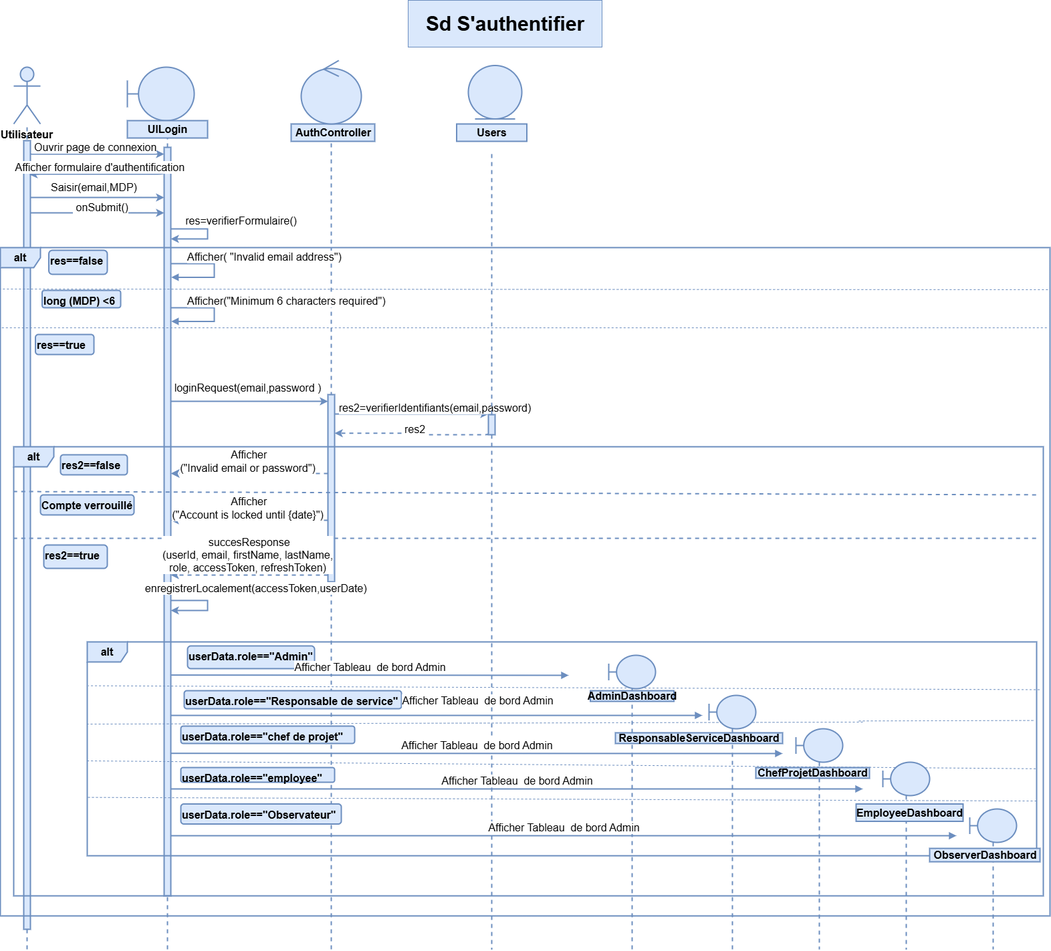
omarhabib5/PFEProject keeps this draw.io diagram as aide/authentication.png. Above is the earlier version. Source tidied: cells renumbered, new cells last; positions are measured from the earlier drawing's top-left corner, leaving out a move shared by most shapes.
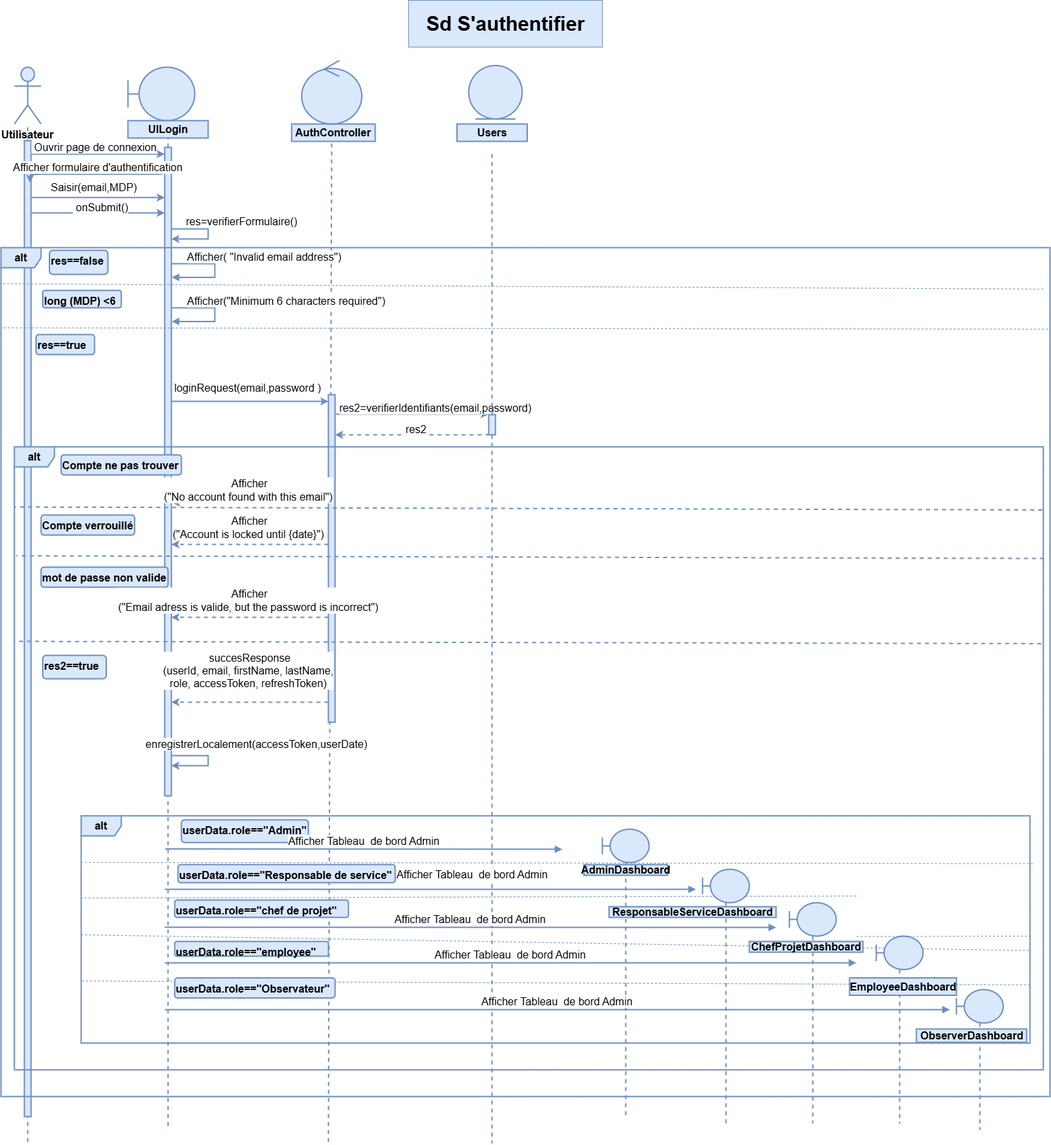
The same file after the commit.

The edit, as a diff of the source:
```diff
@@ -10,3 +10,3 @@
         <mxPoint x="40" y="190" as="sourcePoint" />
-        <mxPoint x="40" y="1420" as="targetPoint" />
+        <mxPoint x="40" y="1710" as="targetPoint" />
       </mxGeometry>
@@ -14,3 +14,3 @@
     <mxCell id="4" style="fillColor=#dae8fc;strokeColor=#6c8ebf;strokeWidth=2;fontSize=16;" parent="1" vertex="1">
-      <mxGeometry x="35" y="210" width="10" height="1180" as="geometry" />
+      <mxGeometry x="35" y="210" width="10" height="1460" as="geometry" />
     </mxCell>
@@ -19,3 +19,3 @@
         <mxPoint x="250" y="190" as="sourcePoint" />
-        <mxPoint x="250" y="1420" as="targetPoint" />
+        <mxPoint x="250" y="1690" as="targetPoint" />
       </mxGeometry>
@@ -23,3 +23,3 @@
     <mxCell id="6" style="fillColor=#dae8fc;strokeColor=#6c8ebf;strokeWidth=2;fontSize=16;" parent="1" vertex="1">
-      <mxGeometry x="245" y="220" width="10" height="1120" as="geometry" />
+      <mxGeometry x="245" y="220" width="10" height="970" as="geometry" />
     </mxCell>
@@ -28,3 +28,3 @@
         <mxPoint x="495" y="190" as="sourcePoint" />
-        <mxPoint x="495" y="1420" as="targetPoint" />
+        <mxPoint x="490" y="1710" as="targetPoint" />
       </mxGeometry>
@@ -32,3 +32,3 @@
     <mxCell id="8" style="fillColor=#dae8fc;strokeColor=#6c8ebf;strokeWidth=2;fontSize=16;" parent="1" vertex="1">
-      <mxGeometry x="490" y="590" width="10" height="280" as="geometry" />
+      <mxGeometry x="490" y="590" width="10" height="490" as="geometry" />
     </mxCell>
@@ -36,3 +36,3 @@
       <mxGeometry relative="1" as="geometry">
-        <mxPoint x="735" y="1420" as="targetPoint" />
+        <mxPoint x="735" y="1710" as="targetPoint" />
       </mxGeometry>
@@ -78,3 +78,3 @@
     <mxCell id="15" value="alt" style="shape=umlFrame;whiteSpace=wrap;html=1;fillColor=#dae8fc;strokeColor=#6c8ebf;fontSize=16;fontStyle=1;strokeWidth=2;" parent="1" vertex="1">
-      <mxGeometry y="370" width="1570" height="1000" as="geometry" />
+      <mxGeometry y="370" width="1570" height="1270" as="geometry" />
     </mxCell>
@@ -83,5 +83,6 @@
     </mxCell>
-    <mxCell id="17" style="html=1;endArrow=none;dashed=1;strokeColor=#6c8ebf;exitX=0.998;exitY=0.063;exitDx=0;exitDy=0;exitPerimeter=0;fillColor=#dae8fc;strokeWidth=1;fontSize=16;" parent="1" edge="1" source="15">
+    <mxCell id="17" style="html=1;endArrow=none;dashed=1;strokeColor=#6c8ebf;fillColor=#dae8fc;strokeWidth=1;fontSize=16;" parent="1" edge="1">
       <mxGeometry relative="1" as="geometry">
-        <mxPoint y="432" as="targetPoint" />
+        <mxPoint x="1560" y="432" as="sourcePoint" />
+        <mxPoint y="424" as="targetPoint" />
       </mxGeometry>
@@ -91,3 +92,3 @@
     </mxCell>
-    <mxCell id="19" style="html=1;endArrow=none;dashed=1;strokeColor=#6c8ebf;exitX=0.997;exitY=0.12;exitDx=0;exitDy=0;exitPerimeter=0;fillColor=#dae8fc;strokeWidth=1;fontSize=16;" parent="1" edge="1" source="15">
+    <mxCell id="19" style="html=1;endArrow=none;dashed=1;strokeColor=#6c8ebf;exitX=0.998;exitY=0.096;exitDx=0;exitDy=0;exitPerimeter=0;fillColor=#dae8fc;strokeWidth=1;fontSize=16;" parent="1" edge="1" source="15">
       <mxGeometry relative="1" as="geometry">
@@ -111,8 +112,9 @@
     </mxCell>
-    <mxCell id="23" value="&lt;font&gt;res2&lt;/font&gt;" style="edgeStyle=orthogonalEdgeStyle;html=1;dashed=1;strokeColor=#6c8ebf;entryX=1.009;entryY=0.206;entryDx=0;entryDy=0;entryPerimeter=0;fillColor=#dae8fc;strokeWidth=2;fontSize=16;" parent="1" edge="1" target="8">
+    <mxCell id="23" value="&lt;font&gt;res2&lt;/font&gt;" style="edgeStyle=orthogonalEdgeStyle;html=1;dashed=1;strokeColor=#6c8ebf;fillColor=#dae8fc;strokeWidth=2;fontSize=16;" parent="1" edge="1">
       <mxGeometry x="-0.04" y="-8" relative="1" as="geometry">
         <mxPoint x="730" y="648" as="sourcePoint" />
+        <mxPoint x="500" y="650" as="targetPoint" />
         <Array as="points">
           <mxPoint x="730" y="650" />
-          <mxPoint x="615" y="650" />
+          <mxPoint x="500" y="650" />
         </Array>
@@ -121,16 +123,17 @@
     <mxCell id="24" value="alt" style="shape=umlFrame;whiteSpace=wrap;html=1;fillColor=#dae8fc;strokeColor=#6c8ebf;fontSize=16;fontStyle=1;strokeWidth=2;" parent="1" vertex="1">
-      <mxGeometry x="20" y="668" width="1540" height="672" as="geometry" />
+      <mxGeometry x="20" y="668" width="1540" height="932" as="geometry" />
     </mxCell>
-    <mxCell id="25" value="res2==false" style="text;html=1;fontStyle=1;fontSize=16;fillColor=#dae8fc;strokeColor=#6c8ebf;rounded=1;strokeWidth=2;" parent="1" vertex="1">
-      <mxGeometry x="90" y="680" width="100" height="30" as="geometry" />
+    <mxCell id="25" value="Compte ne pas trouver&amp;nbsp;" style="text;html=1;fontStyle=1;fontSize=16;fillColor=#dae8fc;strokeColor=#6c8ebf;rounded=1;strokeWidth=2;" parent="1" vertex="1">
+      <mxGeometry x="90" y="680" width="180" height="30" as="geometry" />
     </mxCell>
-    <mxCell id="26" value="&lt;font&gt;&amp;nbsp;Afficher&lt;br&gt;(&quot;Invalid email or password&quot;)&lt;/font&gt;" style="edgeStyle=orthogonalEdgeStyle;html=1;dashed=1;strokeColor=#6c8ebf;fillColor=#dae8fc;endSize=7;strokeWidth=2;fontSize=16;" parent="1" edge="1">
+    <mxCell id="26" value="&lt;font&gt;&amp;nbsp;Afficher&lt;br&gt;(&quot;No account found with this email&quot;)&lt;/font&gt;" style="edgeStyle=orthogonalEdgeStyle;html=1;dashed=1;strokeColor=#6c8ebf;fillColor=#dae8fc;endSize=7;strokeWidth=2;fontSize=16;" parent="1" edge="1">
       <mxGeometry x="0.02" y="-18" relative="1" as="geometry">
-        <mxPoint x="490" y="708" as="sourcePoint" />
-        <mxPoint x="255" y="708" as="targetPoint" />
+        <mxPoint x="490" y="751" as="sourcePoint" />
+        <mxPoint x="255" y="751" as="targetPoint" />
       </mxGeometry>
     </mxCell>
-    <mxCell id="27" style="html=1;endArrow=none;dashed=1;strokeColor=#6c8ebf;exitX=0.993;exitY=0.107;exitDx=0;exitDy=0;exitPerimeter=0;fillColor=#dae8fc;strokeWidth=2;fontSize=16;" parent="1" edge="1" source="24">
+    <mxCell id="27" style="html=1;endArrow=none;dashed=1;strokeColor=#6c8ebf;exitX=0.999;exitY=0.062;exitDx=0;exitDy=0;exitPerimeter=0;fillColor=#dae8fc;strokeWidth=2;fontSize=16;" parent="1" edge="1">
       <mxGeometry relative="1" as="geometry">
-        <mxPoint x="20" y="735" as="targetPoint" />
+        <mxPoint x="1558.5" y="762.4" as="sourcePoint" />
+        <mxPoint x="20" y="758" as="targetPoint" />
       </mxGeometry>
@@ -138,13 +141,14 @@
     <mxCell id="28" value="Compte verrouillé&amp;nbsp;" style="text;html=1;fontStyle=1;fontSize=16;fillColor=#dae8fc;strokeColor=#6c8ebf;rounded=1;strokeWidth=2;" parent="1" vertex="1">
-      <mxGeometry x="60" y="740" width="140" height="30" as="geometry" />
+      <mxGeometry x="60" y="770" width="140" height="30" as="geometry" />
     </mxCell>
     <mxCell id="29" value="&lt;font&gt;&amp;nbsp;Afficher&lt;br&gt;(&quot;Account is locked until {date}&quot;)&lt;/font&gt;" style="edgeStyle=orthogonalEdgeStyle;html=1;dashed=1;strokeColor=#6c8ebf;fillColor=#dae8fc;strokeWidth=2;fontSize=16;" parent="1" edge="1">
-      <mxGeometry x="0.02" y="-18" relative="1" as="geometry">
-        <mxPoint x="490" y="778" as="sourcePoint" />
-        <mxPoint x="255" y="778" as="targetPoint" />
+      <mxGeometry x="0.02" y="-25" relative="1" as="geometry">
+        <mxPoint x="490" y="814" as="sourcePoint" />
+        <mxPoint x="255" y="814" as="targetPoint" />
       </mxGeometry>
     </mxCell>
-    <mxCell id="30" style="html=1;endArrow=none;dashed=1;strokeColor=#6c8ebf;exitX=0.993;exitY=0.204;exitDx=0;exitDy=0;exitPerimeter=0;fillColor=#dae8fc;strokeWidth=2;fontSize=16;" parent="1" edge="1" source="24">
+    <mxCell id="30" style="html=1;endArrow=none;dashed=1;strokeColor=#6c8ebf;exitX=0.998;exitY=0.143;exitDx=0;exitDy=0;exitPerimeter=0;fillColor=#dae8fc;strokeWidth=2;fontSize=16;" parent="1" edge="1">
       <mxGeometry relative="1" as="geometry">
-        <mxPoint x="20" y="805" as="targetPoint" />
+        <mxPoint x="1556.9" y="962.4" as="sourcePoint" />
+        <mxPoint x="20" y="959" as="targetPoint" />
       </mxGeometry>
@@ -152,8 +156,8 @@
     <mxCell id="31" value="res2==true&amp;nbsp;" style="text;html=1;fontStyle=1;fontSize=16;fillColor=#dae8fc;strokeColor=#6c8ebf;rounded=1;strokeWidth=2;" parent="1" vertex="1">
-      <mxGeometry x="65" y="815" width="95" height="35" as="geometry" />
+      <mxGeometry x="62.5" y="980" width="95" height="35" as="geometry" />
     </mxCell>
     <mxCell id="32" value="&lt;font&gt;&amp;nbsp;succesResponse&lt;br&gt;(userId, email, firstName, lastName,&lt;br&gt;role, accessToken, refreshToken)&lt;/font&gt;" style="edgeStyle=orthogonalEdgeStyle;html=1;dashed=1;strokeColor=#6c8ebf;fillColor=#dae8fc;strokeWidth=2;fontSize=16;" parent="1" edge="1">
-      <mxGeometry x="0.02" y="-30" relative="1" as="geometry">
-        <mxPoint x="490" y="860" as="sourcePoint" />
-        <mxPoint x="255" y="860" as="targetPoint" />
+      <mxGeometry x="0.02" y="-47" relative="1" as="geometry">
+        <mxPoint x="490" y="1050" as="sourcePoint" />
+        <mxPoint x="255" y="1050" as="targetPoint" />
       </mxGeometry>
@@ -162,7 +166,7 @@
       <mxGeometry x="-0.12" y="72" relative="1" as="geometry">
-        <mxPoint x="255" y="898" as="sourcePoint" />
-        <mxPoint x="255" y="913" as="targetPoint" />
+        <mxPoint x="255" y="1130" as="sourcePoint" />
+        <mxPoint x="255" y="1145" as="targetPoint" />
         <Array as="points">
-          <mxPoint x="310" y="898" />
-          <mxPoint x="310" y="913" />
+          <mxPoint x="310" y="1130" />
+          <mxPoint x="310" y="1145" />
         </Array>
@@ -172,6 +176,6 @@
     <mxCell id="34" value="alt" style="shape=umlFrame;whiteSpace=wrap;html=1;fillColor=#dae8fc;strokeColor=#6c8ebf;fontSize=16;fontStyle=1;strokeWidth=2;" parent="1" vertex="1">
-      <mxGeometry x="130" y="960" width="1420" height="320" as="geometry" />
+      <mxGeometry x="120" y="1220" width="1420" height="340" as="geometry" />
     </mxCell>
     <mxCell id="35" value="userData.role==&quot;Admin&quot;" style="text;html=1;fontStyle=1;fontSize=16;fillColor=#dae8fc;strokeColor=#6c8ebf;rounded=1;strokeWidth=2;" parent="1" vertex="1">
-      <mxGeometry x="280" y="966" width="190" height="34" as="geometry" />
+      <mxGeometry x="270" y="1226" width="190" height="34" as="geometry" />
     </mxCell>
@@ -179,3 +183,3 @@
       <mxGeometry relative="1" as="geometry">
-        <mxPoint x="1554.5" y="1031.5" as="sourcePoint" />
+        <mxPoint x="1544.5" y="1291.5" as="sourcePoint" />
       </mxGeometry>
@@ -183,3 +187,3 @@
     <mxCell id="37" value="userData.role==&quot;Responsable de service&quot;" style="text;html=1;fontStyle=1;fontSize=16;fillColor=#dae8fc;strokeColor=#6c8ebf;rounded=1;strokeWidth=2;" parent="1" vertex="1">
-      <mxGeometry x="275" y="1033" width="325" height="27" as="geometry" />
+      <mxGeometry x="265" y="1293" width="325" height="27" as="geometry" />
     </mxCell>
@@ -187,4 +191,4 @@
       <mxGeometry relative="1" as="geometry">
-        <mxPoint x="1290" y="1080" as="sourcePoint" />
-        <mxPoint x="130" y="1083" as="targetPoint" />
+        <mxPoint x="1280" y="1340" as="sourcePoint" />
+        <mxPoint x="120" y="1343" as="targetPoint" />
       </mxGeometry>
@@ -192,3 +196,3 @@
     <mxCell id="39" value="userData.role==&quot;chef de projet&quot;" style="text;html=1;fontStyle=1;fontSize=16;fillColor=#dae8fc;strokeColor=#6c8ebf;rounded=1;strokeWidth=2;" parent="1" vertex="1">
-      <mxGeometry x="270" y="1086" width="260" height="26" as="geometry" />
+      <mxGeometry x="260" y="1346" width="260" height="26" as="geometry" />
     </mxCell>
@@ -196,3 +200,3 @@
       <mxGeometry relative="1" as="geometry">
-        <mxPoint x="130" y="1138" as="targetPoint" />
+        <mxPoint x="120" y="1398" as="targetPoint" />
       </mxGeometry>
@@ -200,3 +204,3 @@
     <mxCell id="41" value="userData.role==&quot;employee&quot;" style="text;html=1;fontStyle=1;fontSize=16;fillColor=#dae8fc;strokeColor=#6c8ebf;rounded=1;strokeWidth=2;" parent="1" vertex="1">
-      <mxGeometry x="270" y="1148" width="230" height="22" as="geometry" />
+      <mxGeometry x="260" y="1408" width="230" height="22" as="geometry" />
     </mxCell>
@@ -206,3 +210,3 @@
     <mxCell id="43" value="userData.role==&quot;Observateur&quot;" style="text;html=1;fontStyle=1;fontSize=16;fillColor=#dae8fc;strokeColor=#6c8ebf;rounded=1;strokeWidth=2;" parent="1" vertex="1">
-      <mxGeometry x="270" y="1202.5" width="240" height="30" as="geometry" />
+      <mxGeometry x="260" y="1462.5" width="240" height="30" as="geometry" />
     </mxCell>
@@ -255,27 +259,27 @@
     <mxCell id="54" style="shape=umlLifeline;perimeter=lifelinePerimeter;whiteSpace=wrap;html=1;newEdgeStyle={&quot;curved&quot;:0,&quot;rounded&quot;:0};participant=umlBoundary;size=50;fillColor=#dae8fc;strokeColor=#6c8ebf;strokeWidth=2;fontSize=16;" parent="1" vertex="1">
-      <mxGeometry x="910" y="980" width="70" height="440" as="geometry" />
+      <mxGeometry x="900" y="1240" width="70" height="430" as="geometry" />
     </mxCell>
     <mxCell id="55" style="shape=umlLifeline;perimeter=lifelinePerimeter;whiteSpace=wrap;html=1;newEdgeStyle={&quot;curved&quot;:0,&quot;rounded&quot;:0};participant=umlBoundary;size=50;fillColor=#dae8fc;strokeColor=#6c8ebf;strokeWidth=2;fontSize=16;" parent="1" vertex="1">
-      <mxGeometry x="1060" y="1040" width="70" height="380" as="geometry" />
+      <mxGeometry x="1050" y="1300" width="70" height="380" as="geometry" />
     </mxCell>
     <mxCell id="56" style="shape=umlLifeline;perimeter=lifelinePerimeter;whiteSpace=wrap;html=1;newEdgeStyle={&quot;curved&quot;:0,&quot;rounded&quot;:0};participant=umlBoundary;size=50;fillColor=#dae8fc;strokeColor=#6c8ebf;strokeWidth=2;fontSize=16;" parent="1" vertex="1">
-      <mxGeometry x="1190" y="1090" width="70" height="330" as="geometry" />
+      <mxGeometry x="1180" y="1350" width="70" height="330" as="geometry" />
     </mxCell>
     <mxCell id="57" style="shape=umlLifeline;perimeter=lifelinePerimeter;whiteSpace=wrap;html=1;newEdgeStyle={&quot;curved&quot;:0,&quot;rounded&quot;:0};participant=umlBoundary;size=50;fillColor=#dae8fc;strokeColor=#6c8ebf;strokeWidth=2;fontSize=16;" parent="1" vertex="1">
-      <mxGeometry x="1320" y="1140" width="70" height="280" as="geometry" />
+      <mxGeometry x="1310" y="1400" width="70" height="280" as="geometry" />
     </mxCell>
     <mxCell id="58" style="shape=umlLifeline;perimeter=lifelinePerimeter;whiteSpace=wrap;html=1;newEdgeStyle={&quot;curved&quot;:0,&quot;rounded&quot;:0};participant=umlBoundary;size=50;fillColor=#dae8fc;strokeColor=#6c8ebf;strokeWidth=2;fontSize=16;" parent="1" vertex="1">
-      <mxGeometry x="1450" y="1210" width="70" height="210" as="geometry" />
+      <mxGeometry x="1430" y="1480" width="70" height="210" as="geometry" />
     </mxCell>
     <mxCell id="59" value="&lt;span&gt;AdminDashboard&lt;/span&gt;" style="text;align=center;fontStyle=1;verticalAlign=middle;spacingLeft=3;spacingRight=3;strokeColor=#6c8ebf;html=1;fillColor=#dae8fc;strokeWidth=2;fontSize=16;" parent="1" vertex="1">
-      <mxGeometry x="882.5" y="1033" width="125" height="16" as="geometry" />
+      <mxGeometry x="872.5" y="1293" width="125" height="16" as="geometry" />
     </mxCell>
     <mxCell id="60" value="&lt;span&gt;ResponsableServiceDashboard&lt;/span&gt;" style="text;align=center;fontStyle=1;verticalAlign=middle;spacingLeft=3;spacingRight=3;strokeColor=#6c8ebf;html=1;fillColor=#dae8fc;strokeWidth=2;fontSize=16;" parent="1" vertex="1">
-      <mxGeometry x="920" y="1096" width="250" height="16" as="geometry" />
+      <mxGeometry x="910" y="1356" width="250" height="16" as="geometry" />
     </mxCell>
     <mxCell id="61" value="&lt;span&gt;EmployeeDashboard&lt;/span&gt;" style="text;align=center;fontStyle=1;verticalAlign=middle;spacingLeft=3;spacingRight=3;strokeColor=#6c8ebf;html=1;fillColor=#dae8fc;strokeWidth=2;fontSize=16;" parent="1" vertex="1">
-      <mxGeometry x="1280" y="1202.5" width="160" height="26" as="geometry" />
+      <mxGeometry x="1270" y="1462.5" width="160" height="26" as="geometry" />
     </mxCell>
     <mxCell id="62" value="&lt;span&gt;ObserverDashboard&lt;/span&gt;" style="text;align=center;fontStyle=1;verticalAlign=middle;spacingLeft=3;spacingRight=3;strokeColor=#6c8ebf;html=1;fillColor=#dae8fc;strokeWidth=2;fontSize=16;" parent="1" vertex="1">
-      <mxGeometry x="1390" y="1269" width="165" height="20" as="geometry" />
+      <mxGeometry x="1370" y="1539" width="165" height="20" as="geometry" />
     </mxCell>
@@ -283,4 +287,4 @@
       <mxGeometry relative="1" as="geometry">
-        <mxPoint x="1545" y="1077.6" as="sourcePoint" />
-        <mxPoint x="1283.5" y="1078.3" as="targetPoint" />
+        <mxPoint x="1541.5" y="1400" as="sourcePoint" />
+        <mxPoint x="1280" y="1400.7" as="targetPoint" />
       </mxGeometry>
@@ -288,7 +292,8 @@
     <mxCell id="64" value="&lt;span&gt;ChefProjetDashboard&lt;/span&gt;" style="text;align=center;fontStyle=1;verticalAlign=middle;spacingLeft=3;spacingRight=3;strokeColor=#6c8ebf;html=1;fillColor=#dae8fc;strokeWidth=2;fontSize=16;" parent="1" vertex="1">
-      <mxGeometry x="1130" y="1148" width="170" height="16" as="geometry" />
+      <mxGeometry x="1120" y="1408" width="170" height="16" as="geometry" />
     </mxCell>
-    <mxCell id="65" value="&lt;font&gt;Afficher Tableau&amp;nbsp; de bord Admin&lt;/font&gt;" style="html=1;verticalAlign=bottom;endArrow=block;curved=0;rounded=0;fillColor=#dae8fc;strokeColor=#6c8ebf;exitX=1.061;exitY=0.705;exitDx=0;exitDy=0;exitPerimeter=0;strokeWidth=2;fontSize=16;" parent="1" edge="1" source="6">
+    <mxCell id="65" value="&lt;font&gt;Afficher Tableau&amp;nbsp; de bord Admin&lt;/font&gt;" style="html=1;verticalAlign=bottom;endArrow=block;curved=0;rounded=0;fillColor=#dae8fc;strokeColor=#6c8ebf;exitX=1.061;exitY=0.705;exitDx=0;exitDy=0;exitPerimeter=0;strokeWidth=2;fontSize=16;" parent="1" edge="1">
       <mxGeometry relative="1" as="geometry">
-        <mxPoint x="850" y="1010" as="targetPoint" />
+        <mxPoint x="245.6" y="1269.6" as="sourcePoint" />
+        <mxPoint x="840" y="1270" as="targetPoint" />
       </mxGeometry>
@@ -297,4 +302,4 @@
       <mxGeometry x="0.16" y="10" relative="1" as="geometry">
-        <mxPoint x="255" y="1070" as="sourcePoint" />
-        <mxPoint x="1050" y="1070" as="targetPoint" />
+        <mxPoint x="245" y="1330" as="sourcePoint" />
+        <mxPoint x="1040" y="1330" as="targetPoint" />
       </mxGeometry>
@@ -303,4 +308,4 @@
       <mxGeometry relative="1" as="geometry">
-        <mxPoint x="255" y="1126.7" as="sourcePoint" />
-        <mxPoint x="1170" y="1127" as="targetPoint" />
+        <mxPoint x="245" y="1386.7" as="sourcePoint" />
+        <mxPoint x="1160" y="1387" as="targetPoint" />
       </mxGeometry>
@@ -309,4 +314,4 @@
       <mxGeometry relative="1" as="geometry">
-        <mxPoint x="255" y="1180" as="sourcePoint" />
-        <mxPoint x="1290" y="1180" as="targetPoint" />
+        <mxPoint x="245" y="1440" as="sourcePoint" />
+        <mxPoint x="1280" y="1440" as="targetPoint" />
       </mxGeometry>
@@ -315,4 +320,4 @@
       <mxGeometry relative="1" as="geometry">
-        <mxPoint x="255" y="1250" as="sourcePoint" />
-        <mxPoint x="1430" y="1250" as="targetPoint" />
+        <mxPoint x="245" y="1510" as="sourcePoint" />
+        <mxPoint x="1420" y="1510" as="targetPoint" />
       </mxGeometry>
@@ -322,2 +327,17 @@
     </mxCell>
+    <mxCell id="71" style="html=1;endArrow=none;dashed=1;strokeColor=#6c8ebf;exitX=0.999;exitY=0.072;exitDx=0;exitDy=0;exitPerimeter=0;fillColor=#dae8fc;strokeWidth=2;fontSize=16;" parent="1" edge="1">
+      <mxGeometry relative="1" as="geometry">
+        <mxPoint x="1561" y="835" as="sourcePoint" />
+        <mxPoint x="23" y="831" as="targetPoint" />
+      </mxGeometry>
+    </mxCell>
+    <mxCell id="72" value="mot de passe non valide&amp;nbsp;" style="text;html=1;fontStyle=1;fontSize=16;fillColor=#dae8fc;strokeColor=#6c8ebf;rounded=1;strokeWidth=2;" parent="1" vertex="1">
+      <mxGeometry x="60" y="848" width="190" height="30" as="geometry" />
+    </mxCell>
+    <mxCell id="73" value="&lt;font&gt;&amp;nbsp;Afficher&lt;br&gt;(&quot;Email adress is valide, but the password is incorrect&quot;)&lt;/font&gt;" style="edgeStyle=orthogonalEdgeStyle;html=1;dashed=1;strokeColor=#6c8ebf;fillColor=#dae8fc;strokeWidth=2;fontSize=16;" parent="1" edge="1">
+      <mxGeometry x="0.02" y="-25" relative="1" as="geometry">
+        <mxPoint x="490" y="923" as="sourcePoint" />
+        <mxPoint x="255" y="923" as="targetPoint" />
+      </mxGeometry>
+    </mxCell>
   </root>
```
